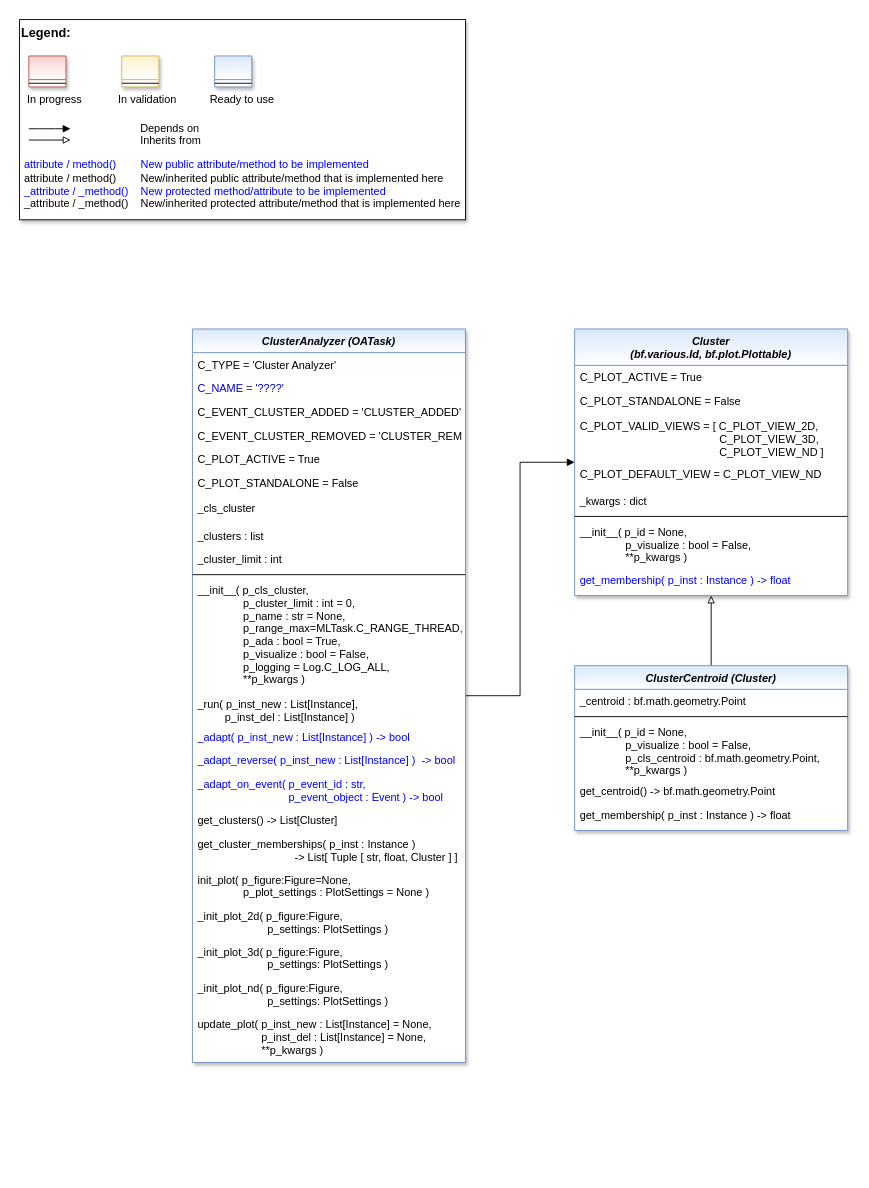
Before: doc/rtd/content/04_appendices/appendix2/sub/core/mlpro_oa/streams/tasks/images/MLPro-OA-Cluster_Analyzers_class_diagram.drawio in fhswf/MLPro, a draw.io diagram. Source tidied: cells renumbered, new cells numbered last; positions are measured from the earlier drawing's top-left corner, leaving out a move shared by most shapes. Both pictures are drawn from the tidied source at 91%, with x=0, y=0 at pixel (19, 19).
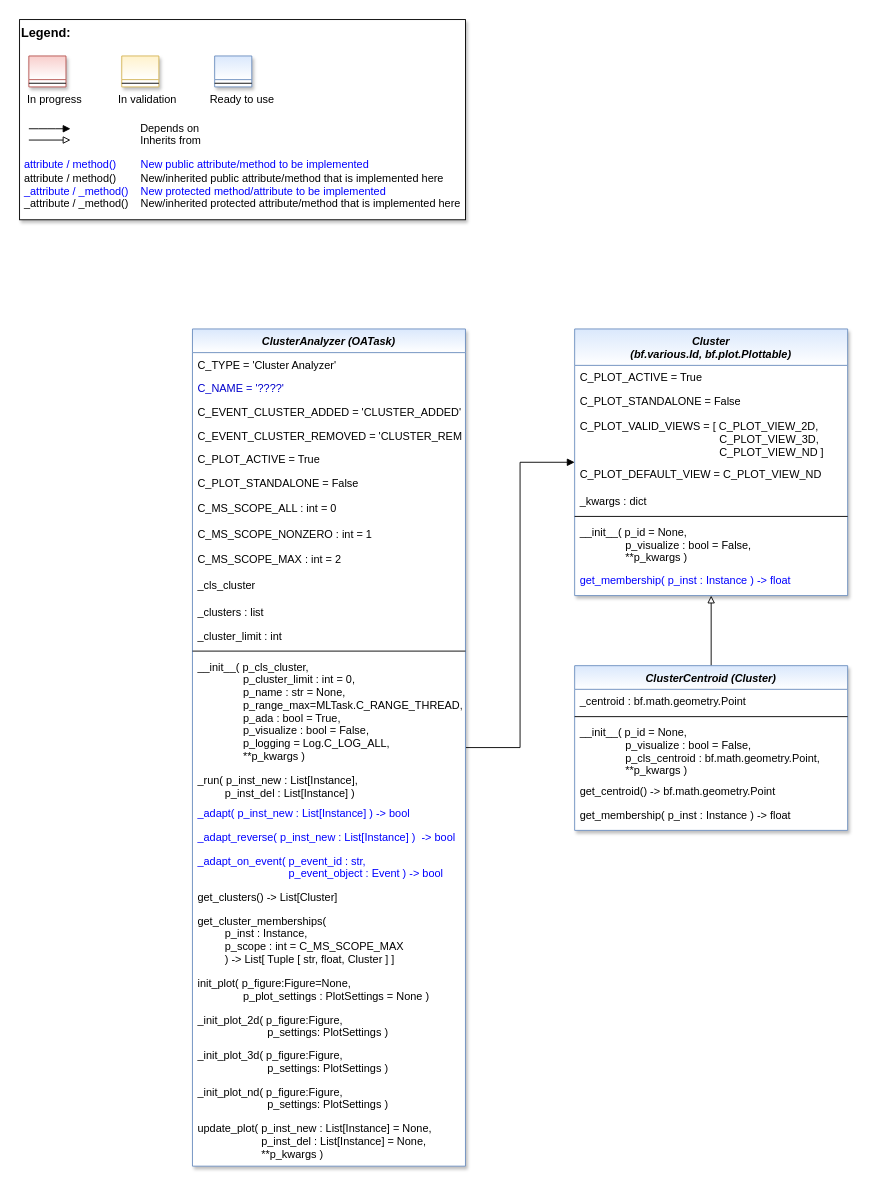
Above is the later version.

Commit message (it also covers changes not shown here):
OA-Task: Templates for Cluster Analyzers #589

What changed in the source:
```diff
@@
     <mxCell id="13" value="ClusterAnalyzer (OATask)" style="swimlane;fontStyle=3;align=center;verticalAlign=top;horizontal=1;startSize=26;rounded=0;shadow=1;strokeWidth=1;fillColor=#dae8fc;strokeColor=#6c8ebf;swimlaneFillColor=#ffffff;gradientColor=#FFFFFF;" parent="1" vertex="1">
-      <mxGeometry x="190" y="340" width="300" height="806" as="geometry" />
+      <mxGeometry x="190" y="340" width="300" height="920" as="geometry" />
     </mxCell>
@@
+    <mxCell id="52" value="C_MS_SCOPE_ALL : int = 0" style="text;align=left;verticalAlign=top;spacingLeft=4;spacingRight=4;overflow=hidden;fontColor=default;" parent="13" vertex="1">
+      <mxGeometry y="184" width="300" height="28" as="geometry" />
+    </mxCell>
+    <mxCell id="53" value="C_MS_SCOPE_NONZERO : int = 1" style="text;align=left;verticalAlign=top;spacingLeft=4;spacingRight=4;overflow=hidden;fontColor=default;" parent="13" vertex="1">
+      <mxGeometry y="212" width="300" height="28" as="geometry" />
+    </mxCell>
+    <mxCell id="54" value="C_MS_SCOPE_MAX : int = 2" style="text;align=left;verticalAlign=top;spacingLeft=4;spacingRight=4;overflow=hidden;fontColor=default;" parent="13" vertex="1">
+      <mxGeometry y="240" width="300" height="28" as="geometry" />
+    </mxCell>
     <mxCell id="20" value="_cls_cluster" style="text;align=left;verticalAlign=top;spacingLeft=4;spacingRight=4;overflow=hidden;fontColor=default;" parent="13" vertex="1">
-      <mxGeometry y="184" width="300" height="30" as="geometry" />
+      <mxGeometry y="268" width="300" height="30" as="geometry" />
     </mxCell>
     <mxCell id="21" value="_clusters : list" style="text;align=left;verticalAlign=top;spacingLeft=4;spacingRight=4;overflow=hidden;fontColor=default;" parent="13" vertex="1">
-      <mxGeometry y="214" width="300" height="26" as="geometry" />
+      <mxGeometry y="298" width="300" height="26" as="geometry" />
     </mxCell>
     <mxCell id="22" value="_cluster_limit : int" style="text;align=left;verticalAlign=top;spacingLeft=4;spacingRight=4;overflow=hidden;fontColor=default;" parent="13" vertex="1">
-      <mxGeometry y="240" width="300" height="26" as="geometry" />
+      <mxGeometry y="324" width="300" height="26" as="geometry" />
     </mxCell>
     <mxCell id="23" style="line;html=1;strokeWidth=1;align=left;verticalAlign=middle;spacingTop=-1;spacingLeft=3;spacingRight=3;labelPosition=right;" parent="13" vertex="1">
-      <mxGeometry y="266" width="300" height="8" as="geometry" />
+      <mxGeometry y="350" width="300" height="8" as="geometry" />
     </mxCell>
     <mxCell id="24" value="__init__( p_cls_cluster,&#10;               p_cluster_limit : int = 0,&#10;               p_name : str = None,&#10;               p_range_max=MLTask.C_RANGE_THREAD,&#10;               p_ada : bool = True,&#10;               p_visualize : bool = False,&#10;               p_logging = Log.C_LOG_ALL,&#10;               **p_kwargs )" style="text;align=left;verticalAlign=top;spacingLeft=4;spacingRight=4;overflow=hidden;fontColor=default;" parent="13" vertex="1">
-      <mxGeometry y="274" width="300" height="125" as="geometry" />
+      <mxGeometry y="358" width="300" height="125" as="geometry" />
     </mxCell>
     <mxCell id="25" value="_run( p_inst_new : List[Instance], &#10;         p_inst_del : List[Instance] )" style="text;align=left;verticalAlign=top;spacingLeft=4;spacingRight=4;overflow=hidden;fontColor=default;" parent="13" vertex="1">
-      <mxGeometry y="399" width="300" height="36" as="geometry" />
+      <mxGeometry y="483" width="300" height="36" as="geometry" />
     </mxCell>
     <mxCell id="26" value="_adapt( p_inst_new : List[Instance] ) -&gt; bool" style="text;align=left;verticalAlign=top;spacingLeft=4;spacingRight=4;overflow=hidden;fontColor=#0000FF;fillColor=none;" parent="13" vertex="1">
-      <mxGeometry y="435" width="300" height="26" as="geometry" />
+      <mxGeometry y="519" width="300" height="26" as="geometry" />
     </mxCell>
     <mxCell id="27" value="_adapt_reverse( p_inst_new : List[Instance] )  -&gt; bool" style="text;align=left;verticalAlign=top;spacingLeft=4;spacingRight=4;overflow=hidden;fontColor=#0000FF;fillColor=none;" parent="13" vertex="1">
-      <mxGeometry y="461" width="300" height="26" as="geometry" />
+      <mxGeometry y="545" width="300" height="26" as="geometry" />
     </mxCell>
     <mxCell id="28" value="_adapt_on_event( p_event_id : str,&#10;                              p_event_object : Event ) -&gt; bool" style="text;align=left;verticalAlign=top;spacingLeft=4;spacingRight=4;overflow=hidden;fontColor=#0000FF;fillColor=none;" parent="13" vertex="1">
-      <mxGeometry y="487" width="300" height="40" as="geometry" />
+      <mxGeometry y="571" width="300" height="40" as="geometry" />
     </mxCell>
     <mxCell id="29" value="get_clusters() -&gt; List[Cluster]" style="text;align=left;verticalAlign=top;spacingLeft=4;spacingRight=4;overflow=hidden;fontColor=default;" parent="13" vertex="1">
-      <mxGeometry y="527" width="300" height="26" as="geometry" />
+      <mxGeometry y="611" width="300" height="26" as="geometry" />
     </mxCell>
-    <mxCell id="30" value="get_cluster_memberships( p_inst : Instance ) &#10;                                -&gt; List[ Tuple [ str, float, Cluster ] ]" style="text;align=left;verticalAlign=top;spacingLeft=4;spacingRight=4;overflow=hidden;fontColor=default;" parent="13" vertex="1">
-      <mxGeometry y="553" width="300" height="39" as="geometry" />
+    <mxCell id="30" value="get_cluster_memberships( &#10;         p_inst : Instance,&#10;         p_scope : int = C_MS_SCOPE_MAX&#10;         ) -&gt; List[ Tuple [ str, float, Cluster ] ]" style="text;align=left;verticalAlign=top;spacingLeft=4;spacingRight=4;overflow=hidden;fontColor=default;" parent="13" vertex="1">
+      <mxGeometry y="637" width="300" height="69" as="geometry" />
     </mxCell>
     <mxCell id="31" value="init_plot( p_figure:Figure=None, &#10;               p_plot_settings : PlotSettings = None )" style="text;align=left;verticalAlign=top;spacingLeft=4;spacingRight=4;overflow=hidden;fontColor=default;" parent="13" vertex="1">
-      <mxGeometry y="592" width="300" height="40" as="geometry" />
+      <mxGeometry y="706" width="300" height="40" as="geometry" />
     </mxCell>
     <mxCell id="32" value="_init_plot_2d( p_figure:Figure, &#10;                       p_settings: PlotSettings )" style="text;align=left;verticalAlign=top;spacingLeft=4;spacingRight=4;overflow=hidden;fontColor=default;" parent="13" vertex="1">
-      <mxGeometry y="632" width="300" height="39" as="geometry" />
+      <mxGeometry y="746" width="300" height="39" as="geometry" />
     </mxCell>
     <mxCell id="33" value="_init_plot_3d( p_figure:Figure, &#10;                       p_settings: PlotSettings )" style="text;align=left;verticalAlign=top;spacingLeft=4;spacingRight=4;overflow=hidden;fontColor=default;" parent="13" vertex="1">
-      <mxGeometry y="671" width="300" height="40" as="geometry" />
+      <mxGeometry y="785" width="300" height="40" as="geometry" />
     </mxCell>
     <mxCell id="34" value="_init_plot_nd( p_figure:Figure, &#10;                       p_settings: PlotSettings )" style="text;align=left;verticalAlign=top;spacingLeft=4;spacingRight=4;overflow=hidden;fontColor=default;" parent="13" vertex="1">
-      <mxGeometry y="711" width="300" height="40" as="geometry" />
+      <mxGeometry y="825" width="300" height="40" as="geometry" />
     </mxCell>
     <mxCell id="35" value="update_plot( p_inst_new : List[Instance] = None, &#10;                     p_inst_del : List[Instance] = None,&#10;                     **p_kwargs )" style="text;align=left;verticalAlign=top;spacingLeft=4;spacingRight=4;overflow=hidden;fontColor=default;" parent="13" vertex="1">
-      <mxGeometry y="751" width="300" height="52" as="geometry" />
+      <mxGeometry y="865" width="300" height="52" as="geometry" />
     </mxCell>
```
